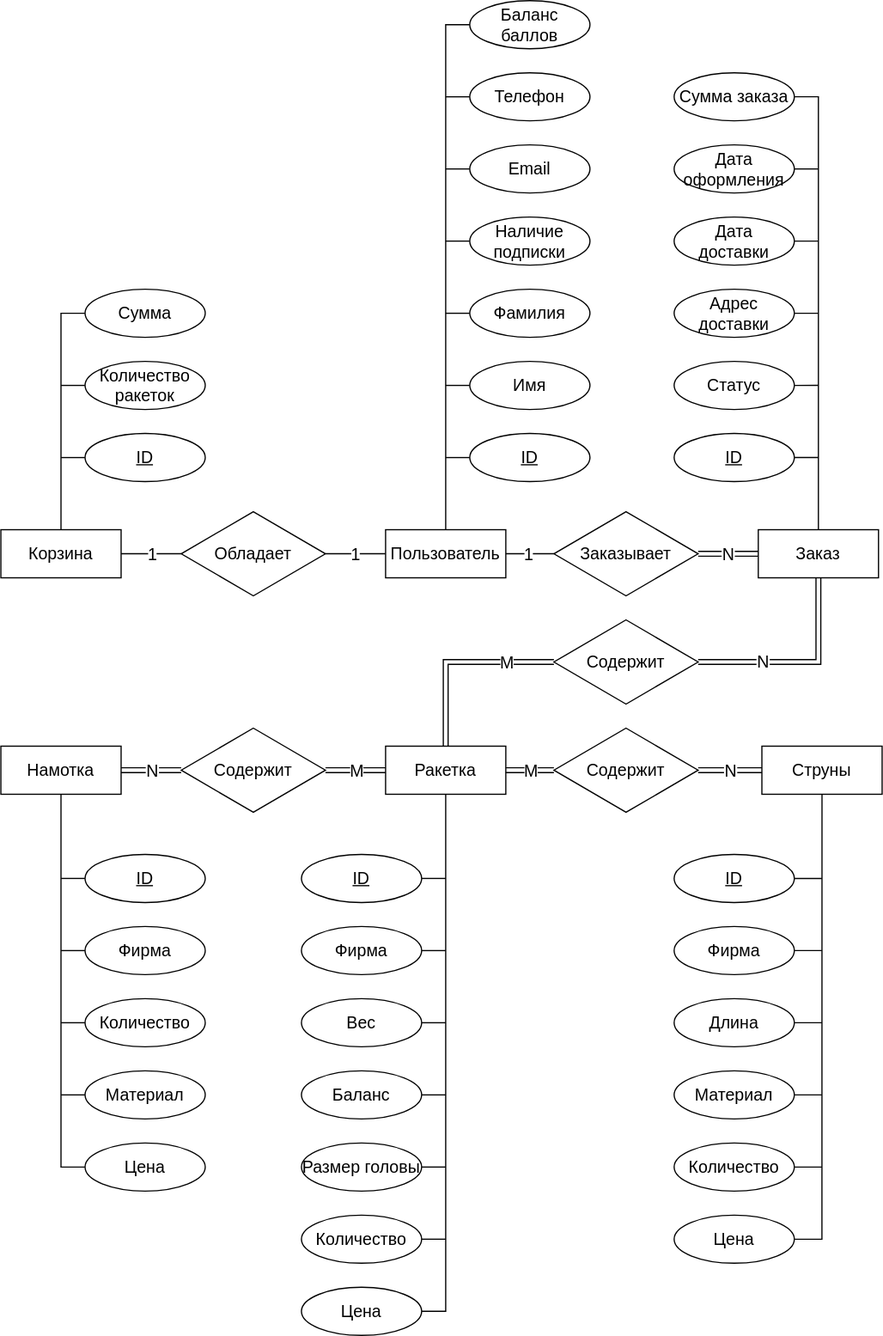
Before: schemes/svg/ER-roles.svg, a diagram exported from draw.io (mshsvnv/SoftwareDesign). Source tidied: cells renumbered, new cells last; positions are measured from the earlier drawing's top-left corner, leaving out a move shared by most shapes.
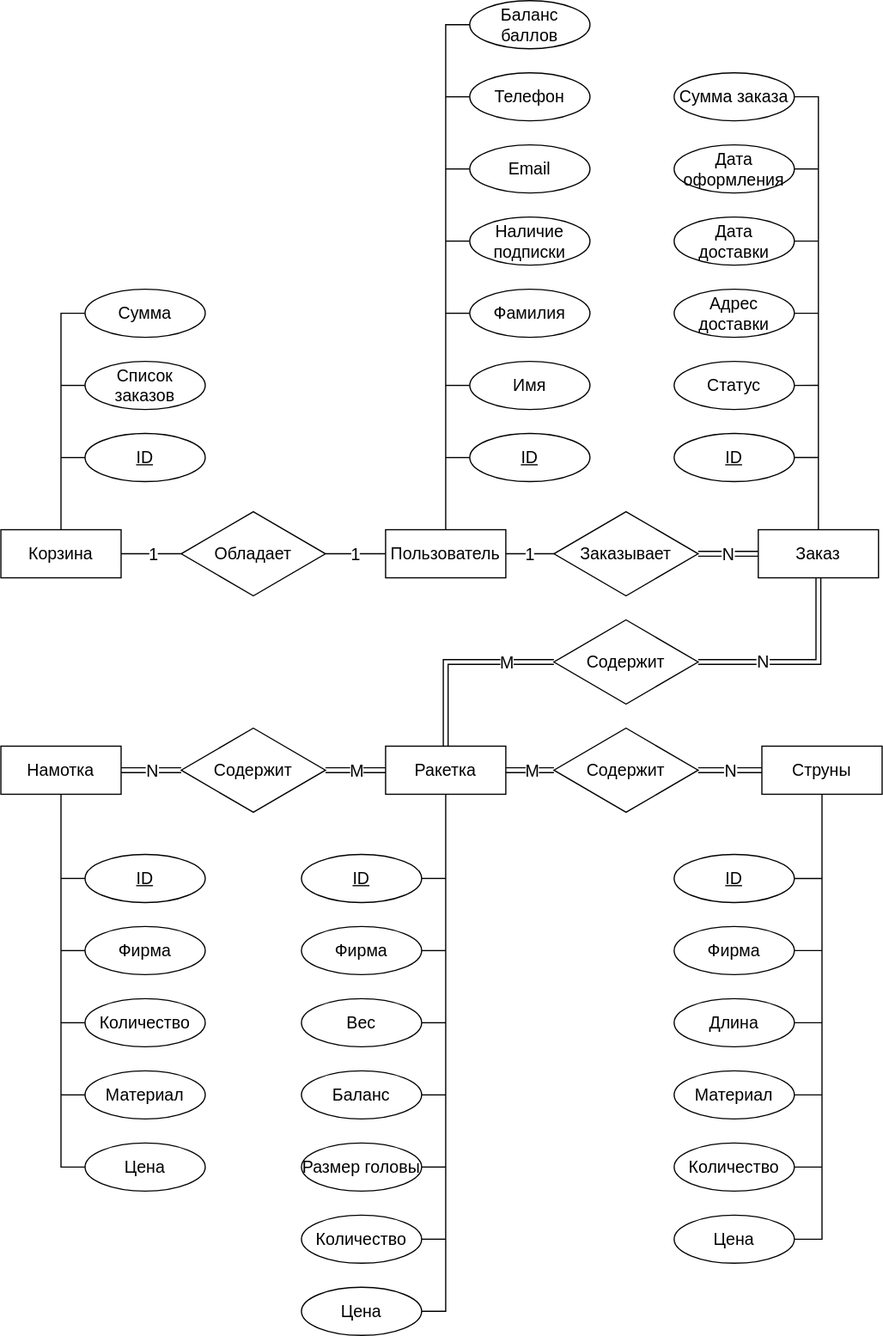
The same file after the commit.

Diff of the diagram source:
```diff
@@ -40,7 +40,7 @@
         <mxPoint x="50" y="80" as="targetPoint" />
       </mxGeometry>
     </mxCell>
-    <mxCell id="12" value="Количество&lt;br style=&quot;font-size: 14px;&quot;&gt;ракеток" style="ellipse;whiteSpace=wrap;html=1;align=center;fontSize=14;" parent="7" vertex="1">
+    <mxCell id="12" value="Список заказов" style="ellipse;whiteSpace=wrap;html=1;align=center;fontSize=14;" parent="7" vertex="1">
       <mxGeometry x="70" y="60" width="100" height="40" as="geometry" />
     </mxCell>
     <mxCell id="13" value="Сумма" style="ellipse;whiteSpace=wrap;html=1;align=center;fontSize=14;" parent="7" vertex="1">
```
